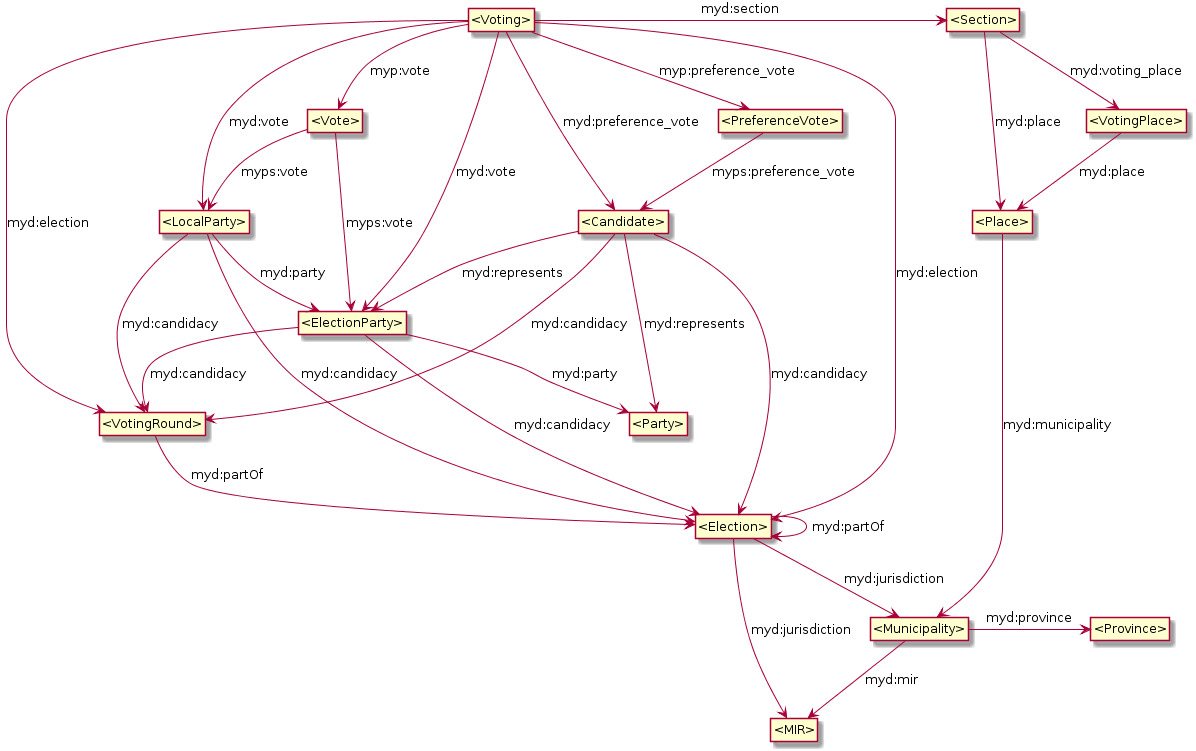
The PlantUML diagram model/high-level.png in nikolatulechki/semanticElections, before a commit. Its diagram source:
```plantuml
@startuml
hide empty methods
hide empty attributes
hide circle
skinparam classAttributeIconSize 0
class _Candidate_ as "<Candidate>"
class _ElectionParty_ as "<ElectionParty>"
_Candidate_ -down-> _ElectionParty_ : myd:represents
class _VotingRound_ as "<VotingRound>"
_Candidate_ -down-> _VotingRound_ : myd:candidacy
class _Party_ as "<Party>"
_Candidate_ -down-> _Party_ : myd:represents
class _Election_ as "<Election>"
_Candidate_ -down-> _Election_ : myd:candidacy
class _LocalParty_ as "<LocalParty>"
_LocalParty_ -down-> _VotingRound_ : myd:candidacy
_LocalParty_ -down-> _ElectionParty_ : myd:party
_LocalParty_ -down-> _Election_ : myd:candidacy
class _Voting_ as "<Voting>"
class _PreferenceVote_ as "<PreferenceVote>"
_Voting_ -down-> _PreferenceVote_ : myp:preference_vote
class _Vote_ as "<Vote>"
_Voting_ -down-> _Vote_ : myp:vote
_Voting_ -down-> _Election_ : myd:election
_Voting_ -down-> _VotingRound_ : myd:election
_Voting_ -down-> _ElectionParty_ : myd:vote
_Voting_ -down-> _Candidate_ : myd:preference_vote
_Voting_ -down-> _LocalParty_ : myd:vote
class _Section_ as "<Section>"
_Voting_ -right-> _Section_ : myd:section
_ElectionParty_ -down-> _VotingRound_ : myd:candidacy
_ElectionParty_ -down-> _Party_ : myd:party
_ElectionParty_ -down-> _Election_ : myd:candidacy
_VotingRound_ -down-> _Election_ : myd:partOf
class _VotingPlace_ as "<VotingPlace>"
_Section_ -down-> _VotingPlace_ : myd:voting_place
class _Place_ as "<Place>"
_Section_ -down-> _Place_ : myd:place
class _Municipality_ as "<Municipality>"
_Place_ -down-> _Municipality_ : myd:municipality
_Vote_ -down-> _LocalParty_ : myps:vote
_Vote_ -down-> _ElectionParty_ : myps:vote
class _MIR_ as "<MIR>"
_Municipality_ -down-> _MIR_ : myd:mir
class _Province_ as "<Province>"
_Municipality_ -right-> _Province_ : myd:province
_Election_ -down-> _Municipality_ : myd:jurisdiction
_Election_ -down-> _Election_ : myd:partOf
_Election_ -down-> _MIR_ : myd:jurisdiction
_PreferenceVote_ -down-> _Candidate_ : myps:preference_vote
_VotingPlace_ -down-> _Place_ : myd:place
@enduml
```
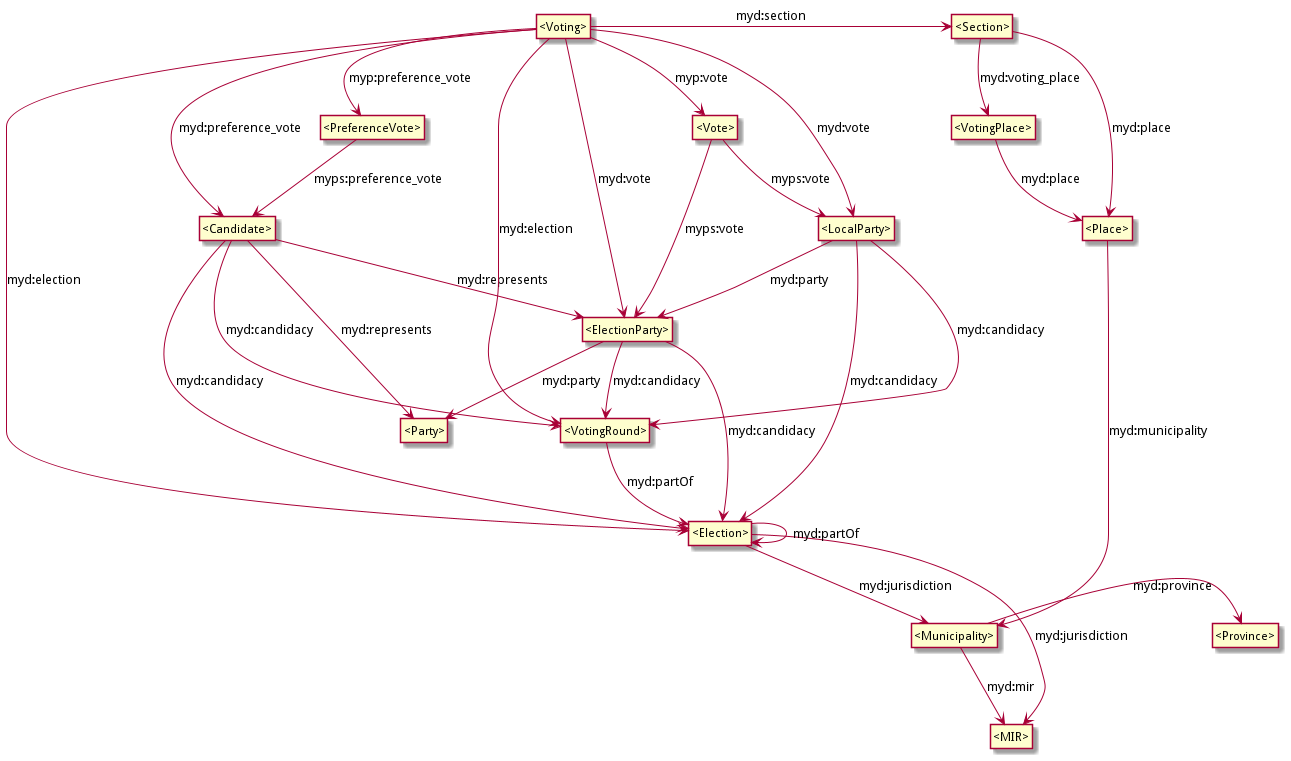
After the change.

What changed in the source:
```diff
@@ -3,50 +3,50 @@
 hide empty attributes
 hide circle
 skinparam classAttributeIconSize 0
+class _VotingPlace_ as "<VotingPlace>"
+class _Place_ as "<Place>"
+_VotingPlace_ -down-> _Place_ : myd:place
 class _Candidate_ as "<Candidate>"
-class _ElectionParty_ as "<ElectionParty>"
-_Candidate_ -down-> _ElectionParty_ : myd:represents
 class _VotingRound_ as "<VotingRound>"
 _Candidate_ -down-> _VotingRound_ : myd:candidacy
 class _Party_ as "<Party>"
 _Candidate_ -down-> _Party_ : myd:represents
+class _ElectionParty_ as "<ElectionParty>"
+_Candidate_ -down-> _ElectionParty_ : myd:represents
 class _Election_ as "<Election>"
 _Candidate_ -down-> _Election_ : myd:candidacy
+class _Municipality_ as "<Municipality>"
+class _Province_ as "<Province>"
+_Municipality_ -right-> _Province_ : myd:province
+class _MIR_ as "<MIR>"
+_Municipality_ -down-> _MIR_ : myd:mir
+class _PreferenceVote_ as "<PreferenceVote>"
+_PreferenceVote_ -down-> _Candidate_ : myps:preference_vote
+_Place_ -down-> _Municipality_ : myd:municipality
+_VotingRound_ -down-> _Election_ : myd:partOf
+class _Voting_ as "<Voting>"
+class _Section_ as "<Section>"
+_Voting_ -right-> _Section_ : myd:section
+_Voting_ -down-> _ElectionParty_ : myd:vote
+class _Vote_ as "<Vote>"
+_Voting_ -down-> _Vote_ : myp:vote
 class _LocalParty_ as "<LocalParty>"
-_LocalParty_ -down-> _VotingRound_ : myd:candidacy
+_Voting_ -down-> _LocalParty_ : myd:vote
+_Voting_ -down-> _Election_ : myd:election
+_Voting_ -down-> _VotingRound_ : myd:election
+_Voting_ -down-> _PreferenceVote_ : myp:preference_vote
+_Voting_ -down-> _Candidate_ : myd:preference_vote
+_ElectionParty_ -down-> _Party_ : myd:party
+_ElectionParty_ -down-> _VotingRound_ : myd:candidacy
+_ElectionParty_ -down-> _Election_ : myd:candidacy
+_Vote_ -down-> _ElectionParty_ : myps:vote
+_Vote_ -down-> _LocalParty_ : myps:vote
 _LocalParty_ -down-> _ElectionParty_ : myd:party
 _LocalParty_ -down-> _Election_ : myd:candidacy
-class _Voting_ as "<Voting>"
-class _PreferenceVote_ as "<PreferenceVote>"
-_Voting_ -down-> _PreferenceVote_ : myp:preference_vote
-class _Vote_ as "<Vote>"
-_Voting_ -down-> _Vote_ : myp:vote
-_Voting_ -down-> _Election_ : myd:election
-_Voting_ -down-> _VotingRound_ : myd:election
-_Voting_ -down-> _ElectionParty_ : myd:vote
-_Voting_ -down-> _Candidate_ : myd:preference_vote
-_Voting_ -down-> _LocalParty_ : myd:vote
-class _Section_ as "<Section>"
-_Voting_ -right-> _Section_ : myd:section
-_ElectionParty_ -down-> _VotingRound_ : myd:candidacy
-_ElectionParty_ -down-> _Party_ : myd:party
-_ElectionParty_ -down-> _Election_ : myd:candidacy
-_VotingRound_ -down-> _Election_ : myd:partOf
-class _VotingPlace_ as "<VotingPlace>"
+_LocalParty_ -down-> _VotingRound_ : myd:candidacy
+_Section_ -down-> _Place_ : myd:place
 _Section_ -down-> _VotingPlace_ : myd:voting_place
-class _Place_ as "<Place>"
-_Section_ -down-> _Place_ : myd:place
-class _Municipality_ as "<Municipality>"
-_Place_ -down-> _Municipality_ : myd:municipality
-_Vote_ -down-> _LocalParty_ : myps:vote
-_Vote_ -down-> _ElectionParty_ : myps:vote
-class _MIR_ as "<MIR>"
-_Municipality_ -down-> _MIR_ : myd:mir
-class _Province_ as "<Province>"
-_Municipality_ -right-> _Province_ : myd:province
+_Election_ -down-> _MIR_ : myd:jurisdiction
 _Election_ -down-> _Municipality_ : myd:jurisdiction
 _Election_ -down-> _Election_ : myd:partOf
-_Election_ -down-> _MIR_ : myd:jurisdiction
-_PreferenceVote_ -down-> _Candidate_ : myps:preference_vote
-_VotingPlace_ -down-> _Place_ : myd:place
 @enduml
```
